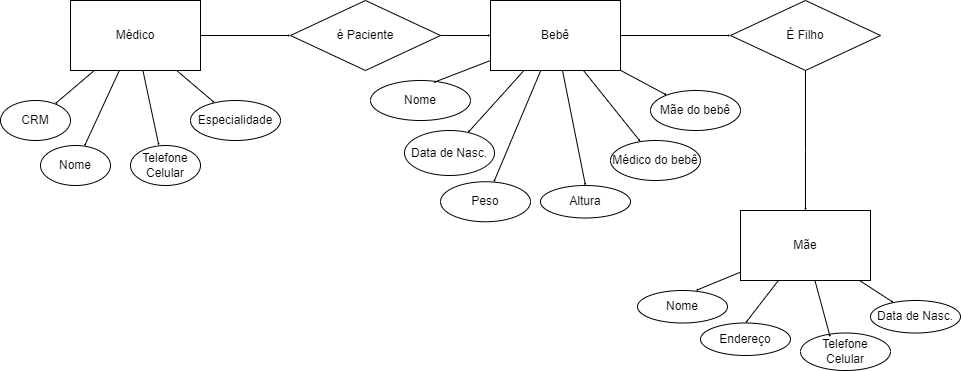
Above: Exercicio 6.drawio.png in Thais-VDR/Exercicio_Diagramas (draw.io), before the change. Source tidied: cells renumbered, new cells last; positions are measured from the earlier drawing's top-left corner, leaving out a move shared by most shapes.
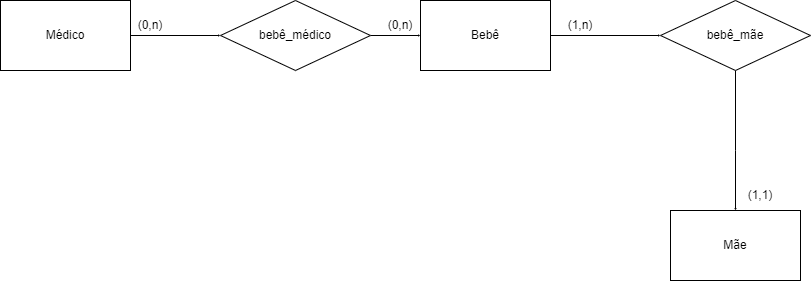
Later version of the same file.

Change to the diagram source:
```diff
@@ -2,55 +2,25 @@
   <root>
     <mxCell id="0" />
     <mxCell id="1" parent="0" />
-    <mxCell id="2" style="rounded=0;jettySize=auto;html=1;startArrow=none;startFill=0;strokeWidth=1;endSize=0;" parent="1" edge="1" source="6" target="21">
-      <mxGeometry relative="1" as="geometry" />
-    </mxCell>
-    <mxCell id="3" style="rounded=0;jettySize=auto;html=1;endSize=0;startSize=0;strokeWidth=1;strokeColor=default;" parent="1" edge="1" source="6" target="22">
-      <mxGeometry relative="1" as="geometry" />
-    </mxCell>
-    <mxCell id="4" style="rounded=0;jettySize=auto;html=1;endSize=0;startSize=1;" parent="1" edge="1" source="6" target="24">
-      <mxGeometry relative="1" as="geometry" />
-    </mxCell>
     <mxCell id="5" style="edgeStyle=orthogonalEdgeStyle;rounded=0;jettySize=auto;html=1;startSize=0;endSize=0;" parent="1" edge="1" source="6" target="18">
       <mxGeometry relative="1" as="geometry" />
     </mxCell>
     <mxCell id="6" value="Médico" style="rounded=0;whiteSpace=wrap;html=1;" parent="1" vertex="1">
       <mxGeometry x="70" width="130" height="70" as="geometry" />
     </mxCell>
-    <mxCell id="7" style="rounded=0;jettySize=auto;html=1;endSize=0;startSize=0;" parent="1" edge="1" source="13" target="27">
-      <mxGeometry relative="1" as="geometry" />
-    </mxCell>
-    <mxCell id="8" style="rounded=0;jettySize=auto;html=1;endSize=0;startSize=0;" parent="1" edge="1" source="13" target="28">
-      <mxGeometry relative="1" as="geometry" />
-    </mxCell>
-    <mxCell id="9" style="rounded=0;jettySize=auto;html=1;entryX=0.5;entryY=0;entryDx=0;entryDy=0;endSize=0;startSize=0;" parent="1" edge="1" source="13" target="29">
-      <mxGeometry relative="1" as="geometry" />
-    </mxCell>
-    <mxCell id="10" style="rounded=0;jettySize=auto;html=1;endSize=0;startSize=0;" parent="1" edge="1" source="13" target="31">
-      <mxGeometry relative="1" as="geometry" />
-    </mxCell>
-    <mxCell id="11" style="rounded=0;jettySize=auto;html=1;endSize=0;startSize=0;" parent="1" edge="1" source="13" target="30">
-      <mxGeometry relative="1" as="geometry" />
-    </mxCell>
     <mxCell id="12" style="edgeStyle=orthogonalEdgeStyle;rounded=0;jettySize=auto;html=1;endSize=0;startSize=0;" parent="1" edge="1" source="13" target="20">
       <mxGeometry relative="1" as="geometry" />
     </mxCell>
     <mxCell id="13" value="Bebê" style="rounded=0;whiteSpace=wrap;html=1;" parent="1" vertex="1">
       <mxGeometry x="490" width="130" height="70" as="geometry" />
     </mxCell>
-    <mxCell id="14" style="rounded=0;jettySize=auto;html=1;entryX=0.5;entryY=0;entryDx=0;entryDy=0;endSize=0;startSize=0;" parent="1" edge="1" source="16" target="34">
-      <mxGeometry relative="1" as="geometry" />
-    </mxCell>
-    <mxCell id="15" style="rounded=0;jettySize=auto;html=1;endSize=0;startSize=0;" parent="1" edge="1" source="16" target="36">
-      <mxGeometry relative="1" as="geometry" />
-    </mxCell>
     <mxCell id="16" value="Mãe" style="rounded=0;whiteSpace=wrap;html=1;" parent="1" vertex="1">
       <mxGeometry x="740" y="210" width="130" height="70" as="geometry" />
     </mxCell>
     <mxCell id="17" style="rounded=0;jettySize=auto;html=1;startSize=0;endSize=0;" parent="1" edge="1" source="18" target="13">
       <mxGeometry relative="1" as="geometry" />
     </mxCell>
-    <mxCell id="18" value="é Paciente" style="rhombus;whiteSpace=wrap;html=1;" parent="1" vertex="1">
+    <mxCell id="18" value="bebê_médico" style="rhombus;whiteSpace=wrap;html=1;" parent="1" vertex="1">
       <mxGeometry x="290" width="150" height="70" as="geometry" />
     </mxCell>
     <mxCell id="19" style="rounded=0;jettySize=auto;html=1;endSize=0;startSize=0;" parent="1" edge="1" source="20" target="16">
@@ -60,62 +30,20 @@
         </Array>
       </mxGeometry>
     </mxCell>
-    <mxCell id="20" value="É Filho" style="rhombus;whiteSpace=wrap;html=1;" parent="1" vertex="1">
+    <mxCell id="20" value="bebê_mãe" style="rhombus;whiteSpace=wrap;html=1;" parent="1" vertex="1">
       <mxGeometry x="730" width="150" height="70" as="geometry" />
     </mxCell>
-    <mxCell id="21" value="CRM" style="ellipse;whiteSpace=wrap;html=1;" parent="1" vertex="1">
-      <mxGeometry y="100" width="70" height="40" as="geometry" />
-    </mxCell>
-    <mxCell id="22" value="Nome" style="ellipse;whiteSpace=wrap;html=1;" parent="1" vertex="1">
-      <mxGeometry x="40" y="145" width="70" height="40" as="geometry" />
-    </mxCell>
-    <mxCell id="23" value="Telefone&lt;br&gt;Celular" style="ellipse;whiteSpace=wrap;html=1;" parent="1" vertex="1">
-      <mxGeometry x="130" y="145" width="70" height="40" as="geometry" />
-    </mxCell>
-    <mxCell id="24" value="Especialidade" style="ellipse;whiteSpace=wrap;html=1;" parent="1" vertex="1">
-      <mxGeometry x="190" y="100" width="90" height="40" as="geometry" />
-    </mxCell>
-    <mxCell id="25" style="rounded=0;jettySize=auto;html=1;entryX=0.405;entryY=0;entryDx=0;entryDy=0;entryPerimeter=0;endSize=0;startSize=0;" parent="1" edge="1" source="6" target="23">
-      <mxGeometry relative="1" as="geometry" />
-    </mxCell>
-    <mxCell id="26" value="Nome&lt;span style=&quot;color: rgba(0, 0, 0, 0); font-family: monospace; font-size: 0px; text-align: start; text-wrap: nowrap;&quot;&gt;%3CmxGraphModel%3E%3Croot%3E%3CmxCell%20id%3D%220%22%2F%3E%3CmxCell%20id%3D%221%22%20parent%3D%220%22%2F%3E%3CmxCell%20id%3D%222%22%20value%3D%22Especialidade%22%20style%3D%22ellipse%3BwhiteSpace%3Dwrap%3Bhtml%3D1%3B%22%20vertex%3D%221%22%20parent%3D%221%22%3E%3CmxGeometry%20x%3D%22200%22%20y%3D%22210%22%20width%3D%2290%22%20height%3D%2240%22%20as%3D%22geometry%22%2F%3E%3C%2FmxCell%3E%3C%2Froot%3E%3C%2FmxGraphModel%3E&lt;/span&gt;" style="ellipse;whiteSpace=wrap;html=1;" parent="1" vertex="1">
-      <mxGeometry x="370" y="80" width="100" height="40" as="geometry" />
-    </mxCell>
-    <mxCell id="27" value="Data de Nasc." style="ellipse;whiteSpace=wrap;html=1;" parent="1" vertex="1">
-      <mxGeometry x="404" y="130" width="90" height="45" as="geometry" />
-    </mxCell>
-    <mxCell id="28" value="Peso" style="ellipse;whiteSpace=wrap;html=1;" parent="1" vertex="1">
-      <mxGeometry x="440" y="181.2" width="90" height="40" as="geometry" />
-    </mxCell>
-    <mxCell id="29" value="Altura" style="ellipse;whiteSpace=wrap;html=1;" parent="1" vertex="1">
-      <mxGeometry x="540" y="185" width="90" height="32.5" as="geometry" />
-    </mxCell>
-    <mxCell id="30" value="Mãe do bebê" style="ellipse;whiteSpace=wrap;html=1;" parent="1" vertex="1">
-      <mxGeometry x="650" y="90" width="90" height="40" as="geometry" />
-    </mxCell>
-    <mxCell id="31" value="Médico do bebê" style="ellipse;whiteSpace=wrap;html=1;" parent="1" vertex="1">
-      <mxGeometry x="610" y="140" width="90" height="40" as="geometry" />
-    </mxCell>
-    <mxCell id="32" style="rounded=0;jettySize=auto;html=1;endSize=0;startSize=0;entryX=0.63;entryY=0.05;entryDx=0;entryDy=0;entryPerimeter=0;" parent="1" edge="1" source="13" target="26">
-      <mxGeometry relative="1" as="geometry" />
-    </mxCell>
-    <mxCell id="33" value="Nome" style="ellipse;whiteSpace=wrap;html=1;" parent="1" vertex="1">
-      <mxGeometry x="637" y="290" width="90" height="32.5" as="geometry" />
-    </mxCell>
-    <mxCell id="34" value="Endereço" style="ellipse;whiteSpace=wrap;html=1;" parent="1" vertex="1">
-      <mxGeometry x="700" y="322.5" width="90" height="32.5" as="geometry" />
-    </mxCell>
-    <mxCell id="35" value="Telefone &lt;br&gt;Celular" style="ellipse;whiteSpace=wrap;html=1;" parent="1" vertex="1">
-      <mxGeometry x="800" y="332.5" width="90" height="37.5" as="geometry" />
-    </mxCell>
-    <mxCell id="36" value="Data de Nasc." style="ellipse;whiteSpace=wrap;html=1;" parent="1" vertex="1">
-      <mxGeometry x="870" y="300" width="90" height="32.5" as="geometry" />
-    </mxCell>
-    <mxCell id="37" style="rounded=0;jettySize=auto;html=1;entryX=0.648;entryY=0;entryDx=0;entryDy=0;entryPerimeter=0;endSize=0;startSize=0;" parent="1" edge="1" source="16" target="33">
-      <mxGeometry relative="1" as="geometry" />
-    </mxCell>
-    <mxCell id="38" style="rounded=0;jettySize=auto;html=1;entryX=0.33;entryY=0.108;entryDx=0;entryDy=0;entryPerimeter=0;endSize=0;startSize=0;" parent="1" edge="1" source="16" target="35">
-      <mxGeometry relative="1" as="geometry" />
-    </mxCell>
+    <mxCell id="39" value="(0,n)" style="text;html=1;align=center;verticalAlign=middle;whiteSpace=wrap;rounded=0;" parent="1" vertex="1">
+      <mxGeometry x="440" y="10" width="60" height="30" as="geometry" />
+    </mxCell>
+    <mxCell id="40" value="(0,n)" style="text;html=1;align=center;verticalAlign=middle;whiteSpace=wrap;rounded=0;" parent="1" vertex="1">
+      <mxGeometry x="190" y="10" width="60" height="30" as="geometry" />
+    </mxCell>
+    <mxCell id="41" value="(1,n)" style="text;html=1;align=center;verticalAlign=middle;whiteSpace=wrap;rounded=0;" parent="1" vertex="1">
+      <mxGeometry x="620" y="10" width="60" height="30" as="geometry" />
+    </mxCell>
+    <mxCell id="42" value="(1,1)" style="text;html=1;align=center;verticalAlign=middle;whiteSpace=wrap;rounded=0;" parent="1" vertex="1">
+      <mxGeometry x="800" y="180" width="60" height="30" as="geometry" />
+    </mxCell>
   </root>
 </mxGraphModel>
```
